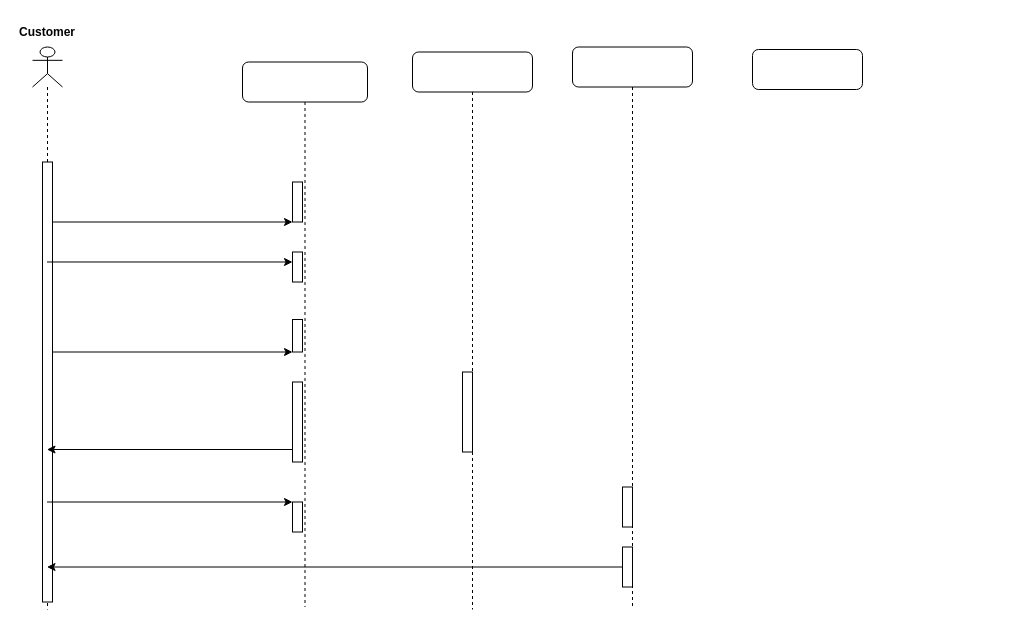
Above: sequence Diagram.drawio in Arxonus/Programms (draw.io), before the change. Source tidied: cells renumbered, new cells numbered last; positions are measured from the earlier drawing's top-left corner, leaving out a move shared by most shapes. Both pictures are drawn from the tidied source at 100%, with x=0, y=0 at pixel (17, 17).
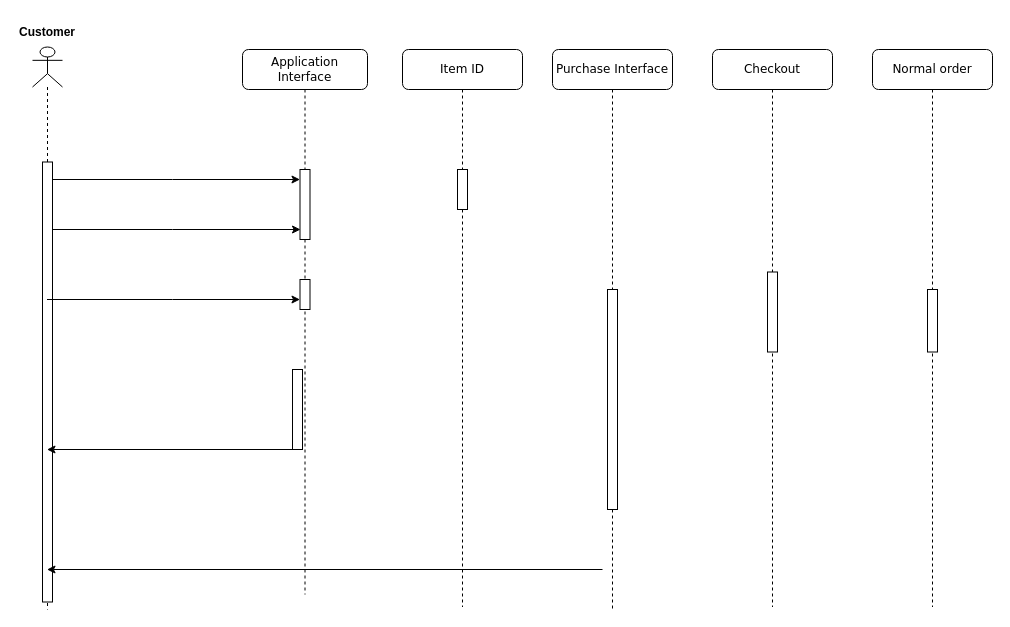
The same page after the edit.

The change refers to these unchanged cells:
```xml
<mxCell id="13" style="shape=umlLifeline;perimeter=lifelinePerimeter;whiteSpace=wrap;html=1;outlineConnect=0;portConstraint=eastwest;newEdgeStyle={&quot;edgeStyle&quot;:&quot;elbowEdgeStyle&quot;,&quot;elbow&quot;:&quot;vertical&quot;,&quot;curved&quot;:0,&quot;rounded&quot;:0};participant=umlActor;" parent="1" vertex="1">
  <mxGeometry x="15" y="29.5" width="30" height="562.5" as="geometry" />
</mxCell>
<mxCell id="14" style="html=1;points=[];perimeter=orthogonalPerimeter;outlineConnect=0;targetShapes=umlLifeline;portConstraint=eastwest;newEdgeStyle={&quot;edgeStyle&quot;:&quot;elbowEdgeStyle&quot;,&quot;elbow&quot;:&quot;vertical&quot;,&quot;curved&quot;:0,&quot;rounded&quot;:0};" parent="13" vertex="1">
  <mxGeometry x="10" y="115" width="10" height="440" as="geometry" />
</mxCell>
```

The edit, as a diff of the source:
```diff
@@
-    <mxCell id="2" style="shape=umlLifeline;perimeter=lifelinePerimeter;whiteSpace=wrap;html=1;rounded=1;shadow=0;comic=0;labelBackgroundColor=none;strokeWidth=1;fontFamily=Verdana;fontSize=12;align=center;" parent="1" vertex="1">
-      <mxGeometry x="225" y="44.5" width="125" height="545" as="geometry" />
+    <mxCell id="2" value="Application Interface" style="shape=umlLifeline;perimeter=lifelinePerimeter;whiteSpace=wrap;html=1;rounded=1;shadow=0;comic=0;labelBackgroundColor=none;strokeWidth=1;fontFamily=Verdana;fontSize=12;align=center;" parent="1" vertex="1">
+      <mxGeometry x="225" y="32" width="125" height="545" as="geometry" />
     </mxCell>
     <mxCell id="3" style="html=1;points=[];perimeter=orthogonalPerimeter;outlineConnect=0;targetShapes=umlLifeline;portConstraint=eastwest;newEdgeStyle={&quot;edgeStyle&quot;:&quot;elbowEdgeStyle&quot;,&quot;elbow&quot;:&quot;vertical&quot;,&quot;curved&quot;:0,&quot;rounded&quot;:0};" parent="2" vertex="1">
-      <mxGeometry x="50" y="120" width="10" height="40" as="geometry" />
+      <mxGeometry x="57.5" y="120" width="10" height="70" as="geometry" />
     </mxCell>
-    <mxCell id="4" style="html=1;points=[];perimeter=orthogonalPerimeter;outlineConnect=0;targetShapes=umlLifeline;portConstraint=eastwest;newEdgeStyle={&quot;edgeStyle&quot;:&quot;elbowEdgeStyle&quot;,&quot;elbow&quot;:&quot;vertical&quot;,&quot;curved&quot;:0,&quot;rounded&quot;:0};" parent="2" vertex="1">
-      <mxGeometry x="50" y="190" width="10" height="30" as="geometry" />
-    </mxCell>
-    <mxCell id="5" style="html=1;points=[];perimeter=orthogonalPerimeter;outlineConnect=0;targetShapes=umlLifeline;portConstraint=eastwest;newEdgeStyle={&quot;edgeStyle&quot;:&quot;elbowEdgeStyle&quot;,&quot;elbow&quot;:&quot;vertical&quot;,&quot;curved&quot;:0,&quot;rounded&quot;:0};" parent="2" vertex="1">
-      <mxGeometry x="50" y="257.5" width="10" height="32.5" as="geometry" />
-    </mxCell>
@@
     <mxCell id="7" style="html=1;points=[];perimeter=orthogonalPerimeter;outlineConnect=0;targetShapes=umlLifeline;portConstraint=eastwest;newEdgeStyle={&quot;edgeStyle&quot;:&quot;elbowEdgeStyle&quot;,&quot;elbow&quot;:&quot;vertical&quot;,&quot;curved&quot;:0,&quot;rounded&quot;:0};" parent="2" vertex="1">
-      <mxGeometry x="50" y="440" width="10" height="30" as="geometry" />
+      <mxGeometry x="57.5" y="230" width="10" height="30" as="geometry" />
     </mxCell>
-    <mxCell id="8" style="shape=umlLifeline;perimeter=lifelinePerimeter;whiteSpace=wrap;html=1;rounded=1;shadow=0;comic=0;labelBackgroundColor=none;strokeWidth=1;fontFamily=Verdana;fontSize=12;align=center;" parent="1" vertex="1">
-      <mxGeometry x="395" y="34.5" width="120" height="557.5" as="geometry" />
+    <mxCell id="8" value="Item ID" style="shape=umlLifeline;perimeter=lifelinePerimeter;whiteSpace=wrap;html=1;rounded=1;shadow=0;comic=0;labelBackgroundColor=none;strokeWidth=1;fontFamily=Verdana;fontSize=12;align=center;" parent="1" vertex="1">
+      <mxGeometry x="385" y="32" width="120" height="557.5" as="geometry" />
     </mxCell>
-    <mxCell id="9" style="html=1;perimeter=orthogonalPerimeter;targetShapes=umlLifeline;newEdgeStyle={&quot;edgeStyle&quot;:&quot;elbowEdgeStyle&quot;,&quot;elbow&quot;:&quot;vertical&quot;,&quot;curved&quot;:0,&quot;rounded&quot;:0};" parent="8" vertex="1">
-      <mxGeometry x="50" y="320" width="10" height="80" as="geometry" />
-    </mxCell>
+    <mxCell id="23" style="html=1;perimeter=orthogonalPerimeter;targetShapes=umlLifeline;newEdgeStyle={&quot;edgeStyle&quot;:&quot;elbowEdgeStyle&quot;,&quot;elbow&quot;:&quot;vertical&quot;,&quot;curved&quot;:0,&quot;rounded&quot;:0};" parent="8" vertex="1">
+      <mxGeometry x="55" y="120" width="10" height="40" as="geometry" />
+    </mxCell>
-    <mxCell id="10" style="shape=umlLifeline;perimeter=lifelinePerimeter;whiteSpace=wrap;html=1;rounded=1;shadow=0;comic=0;labelBackgroundColor=none;strokeWidth=1;fontFamily=Verdana;fontSize=12;align=center;" parent="1" vertex="1">
-      <mxGeometry x="555" y="29.5" width="120" height="560" as="geometry" />
+    <mxCell id="10" value="Purchase Interface" style="shape=umlLifeline;perimeter=lifelinePerimeter;whiteSpace=wrap;html=1;rounded=1;shadow=0;comic=0;labelBackgroundColor=none;strokeWidth=1;fontFamily=Verdana;fontSize=12;align=center;" parent="1" vertex="1">
+      <mxGeometry x="535" y="32" width="120" height="560" as="geometry" />
     </mxCell>
     <mxCell id="11" style="html=1;perimeter=orthogonalPerimeter;targetShapes=umlLifeline;newEdgeStyle={&quot;edgeStyle&quot;:&quot;elbowEdgeStyle&quot;,&quot;elbow&quot;:&quot;vertical&quot;,&quot;curved&quot;:0,&quot;rounded&quot;:0};" parent="10" vertex="1">
-      <mxGeometry x="50" y="440" width="10" height="40" as="geometry" />
+      <mxGeometry x="55" y="240" width="10" height="220" as="geometry" />
     </mxCell>
-    <mxCell id="12" style="html=1;points=[];perimeter=orthogonalPerimeter;outlineConnect=0;targetShapes=umlLifeline;portConstraint=eastwest;newEdgeStyle={&quot;edgeStyle&quot;:&quot;elbowEdgeStyle&quot;,&quot;elbow&quot;:&quot;vertical&quot;,&quot;curved&quot;:0,&quot;rounded&quot;:0};" parent="10" vertex="1">
-      <mxGeometry x="50" y="500" width="10" height="40" as="geometry" />
-    </mxCell>
@@
     <mxCell id="16" style="endArrow=classic;html=1;rounded=0;" parent="1" edge="1" source="14" target="3">
-      <mxGeometry relative="1" as="geometry" />
+      <mxGeometry relative="1" as="geometry">
+        <Array as="points">
+          <mxPoint x="155" y="162" />
+        </Array>
+      </mxGeometry>
     </mxCell>
-    <mxCell id="17" style="endArrow=classic;html=1;rounded=0;entryX=0;entryY=0.333;entryDx=0;entryDy=0;entryPerimeter=0;" parent="1" edge="1" source="13" target="4">
-      <mxGeometry relative="1" as="geometry" />
-    </mxCell>
-    <mxCell id="18" style="endArrow=classic;html=1;rounded=0;" parent="1" edge="1" source="14" target="5">
-      <mxGeometry relative="1" as="geometry" />
-    </mxCell>
@@
     <mxCell id="20" style="endArrow=classic;html=1;rounded=0;" parent="1" edge="1" source="13" target="7">
-      <mxGeometry relative="1" as="geometry" />
+      <mxGeometry relative="1" as="geometry">
+        <Array as="points">
+          <mxPoint x="155" y="282" />
+        </Array>
+      </mxGeometry>
     </mxCell>
-    <mxCell id="21" style="endArrow=classic;html=1;rounded=0;" parent="1" edge="1" source="12" target="13">
-      <mxGeometry relative="1" as="geometry" />
+    <mxCell id="21" style="endArrow=classic;html=1;rounded=0;" parent="1" edge="1" target="13">
+      <mxGeometry relative="1" as="geometry">
+        <mxPoint x="585" y="552" as="sourcePoint" />
+      </mxGeometry>
     </mxCell>
-    <mxCell id="22" style="rounded=1;whiteSpace=wrap;html=1;" parent="1" vertex="1">
-      <mxGeometry x="735" y="32" width="110" height="40" as="geometry" />
-    </mxCell>
+    <mxCell id="24" style="endArrow=classic;html=1;rounded=0;" parent="1" edge="1">
+      <mxGeometry relative="1" as="geometry">
+        <mxPoint x="35" y="212" as="sourcePoint" />
+        <mxPoint x="283" y="212" as="targetPoint" />
+        <Array as="points">
+          <mxPoint x="155" y="212" />
+        </Array>
+      </mxGeometry>
+    </mxCell>
+    <mxCell id="25" value="Checkout" style="shape=umlLifeline;perimeter=lifelinePerimeter;whiteSpace=wrap;html=1;rounded=1;shadow=0;comic=0;labelBackgroundColor=none;strokeWidth=1;fontFamily=Verdana;fontSize=12;align=center;" parent="1" vertex="1">
+      <mxGeometry x="695" y="32" width="120" height="557.5" as="geometry" />
+    </mxCell>
+    <mxCell id="26" style="html=1;perimeter=orthogonalPerimeter;targetShapes=umlLifeline;newEdgeStyle={&quot;edgeStyle&quot;:&quot;elbowEdgeStyle&quot;,&quot;elbow&quot;:&quot;vertical&quot;,&quot;curved&quot;:0,&quot;rounded&quot;:0};" parent="25" vertex="1">
+      <mxGeometry x="55" y="222.5" width="10" height="80" as="geometry" />
+    </mxCell>
+    <mxCell id="27" value="Normal order" style="shape=umlLifeline;perimeter=lifelinePerimeter;whiteSpace=wrap;html=1;rounded=1;shadow=0;comic=0;labelBackgroundColor=none;strokeWidth=1;fontFamily=Verdana;fontSize=12;align=center;" parent="1" vertex="1">
+      <mxGeometry x="855" y="32" width="120" height="557.5" as="geometry" />
+    </mxCell>
+    <mxCell id="28" style="html=1;perimeter=orthogonalPerimeter;targetShapes=umlLifeline;newEdgeStyle={&quot;edgeStyle&quot;:&quot;elbowEdgeStyle&quot;,&quot;elbow&quot;:&quot;vertical&quot;,&quot;curved&quot;:0,&quot;rounded&quot;:0};" parent="27" vertex="1">
+      <mxGeometry x="55" y="240" width="10" height="62.5" as="geometry" />
+    </mxCell>
```
